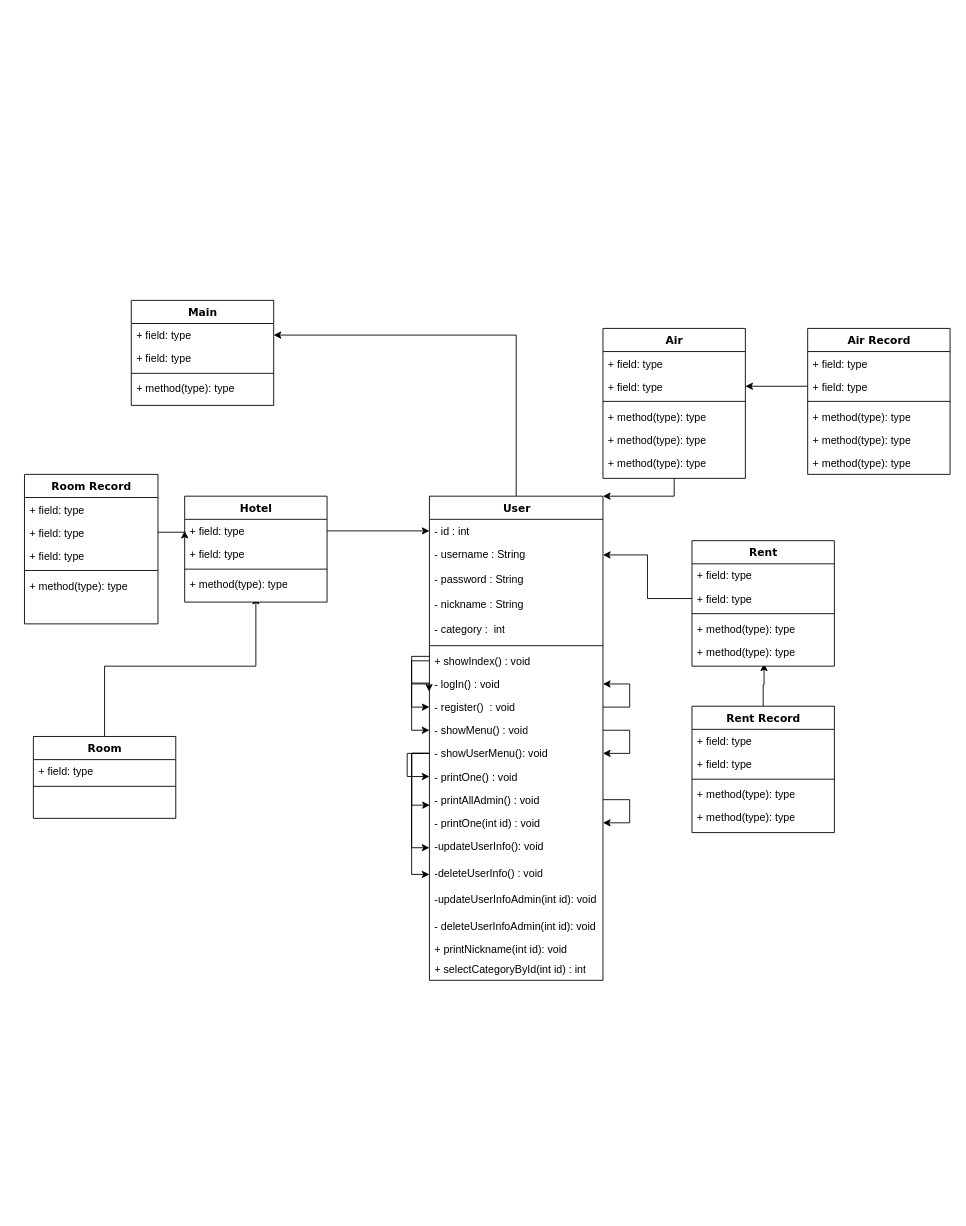
Before: 제목 없는 다이어그램.drawio in yunheeversal/Study, a draw.io diagram. Source tidied: cells renumbered, new cells numbered last; positions are measured from the earlier drawing's top-left corner, leaving out a move shared by most shapes. Both pictures are drawn from the tidied source at 89%, with x=0, y=0 at pixel (24, 300).
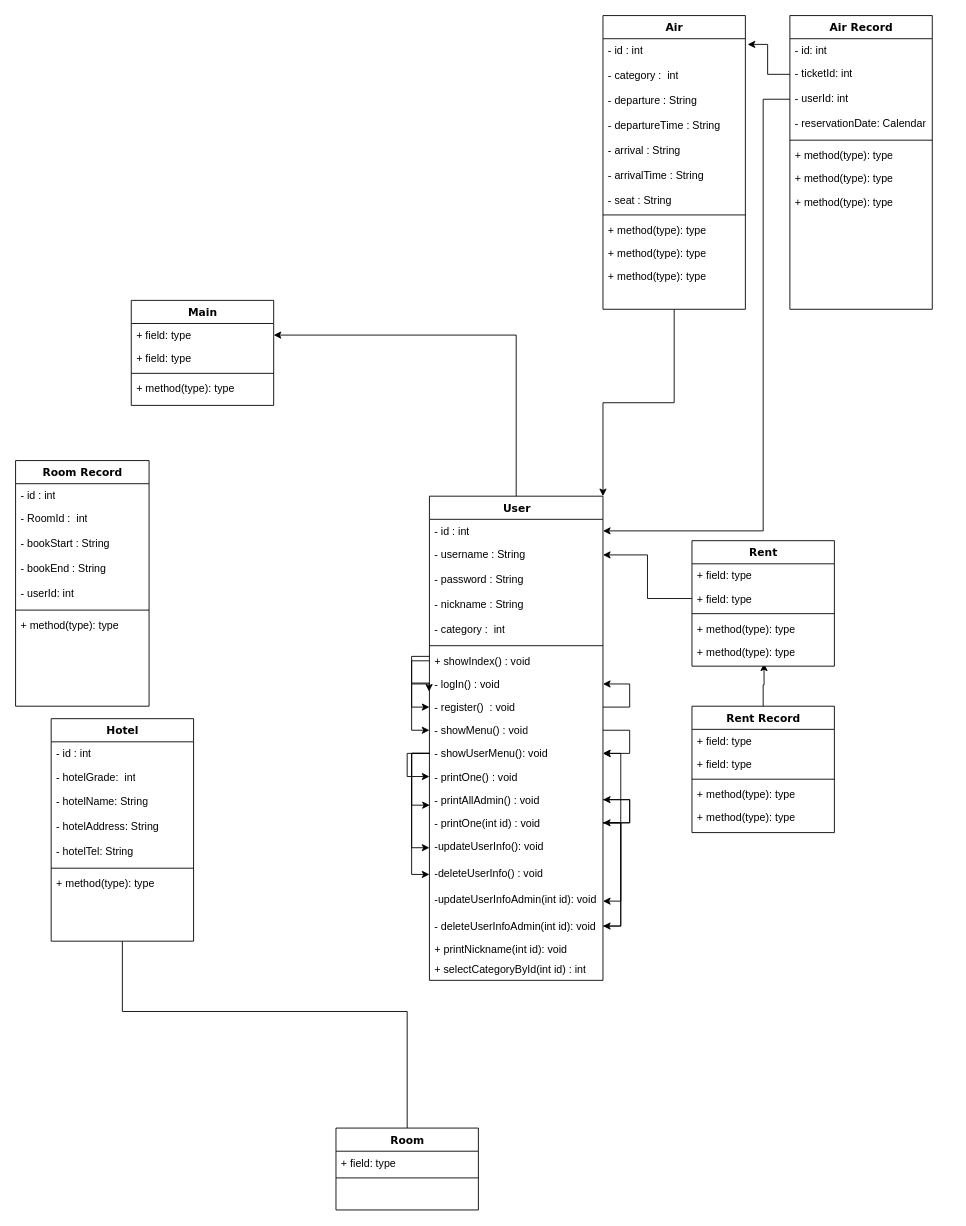
After the change.

Commit message (it also covers changes not shown here):
제목 없는 다이어그램.drawio 업데이트

Unchanged cells that the change refers to:
```xml
<mxCell id="9" value="User" style="swimlane;html=1;fontStyle=1;align=center;verticalAlign=top;horizontal=1;startSize=26;swimlaneFillColor=#ffffff;rounded=0;shadow=0;comic=0;labelBackgroundColor=none;strokeWidth=1;fillColor=none;fontFamily=Verdana;fontSize=12;" parent="1" vertex="1">
  <mxGeometry x="455" y="220" width="195" height="544" as="geometry" />
</mxCell>
<mxCell id="10" value="- id : int" style="text;html=1;strokeColor=none;fillColor=none;align=left;verticalAlign=top;spacingLeft=4;spacingRight=4;whiteSpace=wrap;overflow=hidden;points=[[0,0.5],[1,0.5]];portConstraint=eastwest;" parent="9" vertex="1">
  <mxGeometry y="26" width="195" height="26" as="geometry" />
</mxCell>
<mxCell id="29" value="-&amp;nbsp;showUserMenu(): void" style="text;html=1;strokeColor=none;fillColor=none;align=left;verticalAlign=top;spacingLeft=4;spacingRight=4;whiteSpace=wrap;overflow=hidden;points=[[0,0.5],[1,0.5]];portConstraint=eastwest;" parent="9" vertex="1">
  <mxGeometry y="276" width="195" height="26" as="geometry" />
</mxCell>
<mxCell id="32" value="-&amp;nbsp;printAllAdmin() : void" style="text;html=1;strokeColor=none;fillColor=none;align=left;verticalAlign=top;spacingLeft=4;spacingRight=4;whiteSpace=wrap;overflow=hidden;points=[[0,0.5],[1,0.5]];portConstraint=eastwest;" parent="9" vertex="1">
  <mxGeometry y="328" width="195" height="26" as="geometry" />
</mxCell>
<mxCell id="33" value="-&amp;nbsp;printOne(int id) : void" style="text;html=1;strokeColor=none;fillColor=none;align=left;verticalAlign=top;spacingLeft=4;spacingRight=4;whiteSpace=wrap;overflow=hidden;points=[[0,0.5],[1,0.5]];portConstraint=eastwest;" parent="9" vertex="1">
  <mxGeometry y="354" width="195" height="26" as="geometry" />
</mxCell>
<mxCell id="36" value="-updateUserInfoAdmin(int id): void" style="text;html=1;strokeColor=none;fillColor=none;align=left;verticalAlign=top;spacingLeft=4;spacingRight=4;whiteSpace=wrap;overflow=hidden;points=[[0,0.5],[1,0.5]];portConstraint=eastwest;" parent="9" vertex="1">
  <mxGeometry y="440" width="195" height="30" as="geometry" />
</mxCell>
<mxCell id="37" value="-&amp;nbsp;deleteUserInfoAdmin(int id): void" style="text;html=1;strokeColor=none;fillColor=none;align=left;verticalAlign=top;spacingLeft=4;spacingRight=4;whiteSpace=wrap;overflow=hidden;points=[[0,0.5],[1,0.5]];portConstraint=eastwest;" parent="9" vertex="1">
  <mxGeometry y="470" width="195" height="26" as="geometry" />
</mxCell>
```

What changed in the source:
```diff
@@
     <mxCell id="2" value="Room Record" style="swimlane;html=1;fontStyle=1;align=center;verticalAlign=top;horizontal=1;startSize=26;swimlaneFillColor=#ffffff;rounded=0;shadow=0;comic=0;labelBackgroundColor=none;strokeWidth=1;fillColor=none;fontFamily=Verdana;fontSize=12;" parent="1" vertex="1">
-      <mxGeometry y="195.5" width="150" height="168" as="geometry" />
+      <mxGeometry x="-10" y="180" width="150" height="276" as="geometry" />
     </mxCell>
-    <mxCell id="3" value="+ field: type" style="text;html=1;strokeColor=none;fillColor=none;align=left;verticalAlign=top;spacingLeft=4;spacingRight=4;whiteSpace=wrap;overflow=hidden;" parent="2" vertex="1">
-      <mxGeometry y="26" width="150" height="26" as="geometry" />
-    </mxCell>
-    <mxCell id="4" value="+ field: type" style="text;html=1;strokeColor=none;fillColor=none;align=left;verticalAlign=top;spacingLeft=4;spacingRight=4;whiteSpace=wrap;overflow=hidden;points=[[0,0.5],[1,0.5]];portConstraint=eastwest;" parent="2" vertex="1">
-      <mxGeometry y="52" width="150" height="26" as="geometry" />
-    </mxCell>
-    <mxCell id="5" value="+ field: type" style="text;html=1;strokeColor=none;fillColor=none;align=left;verticalAlign=top;spacingLeft=4;spacingRight=4;whiteSpace=wrap;overflow=hidden;" parent="2" vertex="1">
-      <mxGeometry y="78" width="150" height="26" as="geometry" />
-    </mxCell>
+    <mxCell id="86" value="- id : int" style="text;html=1;strokeColor=none;fillColor=none;align=left;verticalAlign=top;spacingLeft=4;spacingRight=4;whiteSpace=wrap;overflow=hidden;" parent="2" vertex="1">
+      <mxGeometry y="26" width="150" height="26" as="geometry" />
+    </mxCell>
+    <mxCell id="87" value="- RoomId :&amp;nbsp; int" style="text;html=1;strokeColor=none;fillColor=none;align=left;verticalAlign=top;spacingLeft=4;spacingRight=4;whiteSpace=wrap;overflow=hidden;" parent="2" vertex="1">
+      <mxGeometry y="52" width="150" height="28" as="geometry" />
+    </mxCell>
+    <mxCell id="88" value="- bookStart :&amp;nbsp;String" style="text;html=1;strokeColor=none;fillColor=none;align=left;verticalAlign=top;spacingLeft=4;spacingRight=4;whiteSpace=wrap;overflow=hidden;" parent="2" vertex="1">
+      <mxGeometry y="80" width="150" height="28" as="geometry" />
+    </mxCell>
+    <mxCell id="89" value="- bookEnd :&amp;nbsp;String" style="text;html=1;strokeColor=none;fillColor=none;align=left;verticalAlign=top;spacingLeft=4;spacingRight=4;whiteSpace=wrap;overflow=hidden;" parent="2" vertex="1">
+      <mxGeometry y="108" width="150" height="28" as="geometry" />
+    </mxCell>
+    <mxCell id="90" value="- userId: int&lt;span&gt;&lt;/span&gt;" style="text;html=1;strokeColor=none;fillColor=none;align=left;verticalAlign=top;spacingLeft=4;spacingRight=4;whiteSpace=wrap;overflow=hidden;" parent="2" vertex="1">
+      <mxGeometry y="136" width="150" height="28" as="geometry" />
+    </mxCell>
     <mxCell id="6" style="line;html=1;strokeWidth=1;fillColor=none;align=left;verticalAlign=middle;spacingTop=-1;spacingLeft=3;spacingRight=3;labelPosition=right;" parent="2" vertex="1">
-      <mxGeometry y="104" width="150" height="8" as="geometry" />
+      <mxGeometry y="164" width="150" height="8" as="geometry" />
     </mxCell>
     <mxCell id="7" value="+ method(type): type" style="text;html=1;strokeColor=none;fillColor=none;align=left;verticalAlign=top;spacingLeft=4;spacingRight=4;whiteSpace=wrap;overflow=hidden;" parent="2" vertex="1">
-      <mxGeometry y="112" width="150" height="26" as="geometry" />
+      <mxGeometry y="172" width="150" height="26" as="geometry" />
     </mxCell>
@@
+    <mxCell id="91" style="edgeStyle=orthogonalEdgeStyle;rounded=0;jettySize=auto;html=1;exitX=1;exitY=0.5;exitDx=0;exitDy=0;entryX=1;entryY=0.5;entryDx=0;entryDy=0;" parent="9" edge="1" source="33" target="36">
+      <mxGeometry relative="1" as="geometry" />
+    </mxCell>
+    <mxCell id="92" style="edgeStyle=orthogonalEdgeStyle;rounded=0;jettySize=auto;html=1;exitX=1;exitY=0.5;exitDx=0;exitDy=0;entryX=1;entryY=0.5;entryDx=0;entryDy=0;" parent="9" edge="1" source="33" target="37">
+      <mxGeometry relative="1" as="geometry" />
+    </mxCell>
+    <mxCell id="93" style="edgeStyle=orthogonalEdgeStyle;rounded=0;jettySize=auto;html=1;exitX=1;exitY=0.5;exitDx=0;exitDy=0;entryX=1;entryY=0.5;entryDx=0;entryDy=0;" parent="9" edge="1" source="33" target="32">
+      <mxGeometry relative="1" as="geometry">
+        <Array as="points">
+          <mxPoint x="225" y="367" />
+          <mxPoint x="225" y="341" />
+        </Array>
+      </mxGeometry>
+    </mxCell>
@@
+    <mxCell id="94" style="edgeStyle=orthogonalEdgeStyle;rounded=0;jettySize=auto;html=1;exitX=1;exitY=0.5;exitDx=0;exitDy=0;entryX=1;entryY=0.5;entryDx=0;entryDy=0;" parent="9" edge="1" source="37" target="29">
+      <mxGeometry relative="1" as="geometry" />
+    </mxCell>
@@
     <mxCell id="39" value="Air Record" style="swimlane;html=1;fontStyle=1;align=center;verticalAlign=top;horizontal=1;startSize=26;swimlaneFillColor=#ffffff;rounded=0;shadow=0;comic=0;labelBackgroundColor=none;strokeWidth=1;fillColor=none;fontFamily=Verdana;fontSize=12;" parent="1" vertex="1">
-      <mxGeometry x="880" y="31.5" width="160" height="164" as="geometry" />
+      <mxGeometry x="860" y="-320" width="160" height="330" as="geometry" />
     </mxCell>
-    <mxCell id="40" value="+ field: type" style="text;html=1;strokeColor=none;fillColor=none;align=left;verticalAlign=top;spacingLeft=4;spacingRight=4;whiteSpace=wrap;overflow=hidden;" parent="39" vertex="1">
-      <mxGeometry y="26" width="160" height="26" as="geometry" />
-    </mxCell>
-    <mxCell id="41" value="+ field: type" style="text;html=1;strokeColor=none;fillColor=none;align=left;verticalAlign=top;spacingLeft=4;spacingRight=4;whiteSpace=wrap;overflow=hidden;points=[[0,0.5],[1,0.5]];portConstraint=eastwest;" parent="39" vertex="1">
-      <mxGeometry y="52" width="160" height="26" as="geometry" />
-    </mxCell>
+    <mxCell id="95" value="-&amp;nbsp;id: int" style="text;html=1;strokeColor=none;fillColor=none;align=left;verticalAlign=top;spacingLeft=4;spacingRight=4;whiteSpace=wrap;overflow=hidden;" parent="39" vertex="1">
+      <mxGeometry y="26" width="160" height="26" as="geometry" />
+    </mxCell>
+    <mxCell id="96" value="- ticketId:&amp;nbsp;int" style="text;html=1;strokeColor=none;fillColor=none;align=left;verticalAlign=top;spacingLeft=4;spacingRight=4;whiteSpace=wrap;overflow=hidden;points=[[0,0.5],[1,0.5]];portConstraint=eastwest;" parent="39" vertex="1">
+      <mxGeometry y="52" width="160" height="28" as="geometry" />
+    </mxCell>
+    <mxCell id="97" value="- userId:&amp;nbsp;int" style="text;html=1;strokeColor=none;fillColor=none;align=left;verticalAlign=top;spacingLeft=4;spacingRight=4;whiteSpace=wrap;overflow=hidden;points=[[0,0.5],[1,0.5]];portConstraint=eastwest;" parent="39" vertex="1">
+      <mxGeometry y="80" width="160" height="28" as="geometry" />
+    </mxCell>
+    <mxCell id="98" value="- reservationDate:&amp;nbsp;Calendar" style="text;html=1;strokeColor=none;fillColor=none;align=left;verticalAlign=top;spacingLeft=4;spacingRight=4;whiteSpace=wrap;overflow=hidden;" parent="39" vertex="1">
+      <mxGeometry y="108" width="160" height="28" as="geometry" />
+    </mxCell>
     <mxCell id="42" style="line;html=1;strokeWidth=1;fillColor=none;align=left;verticalAlign=middle;spacingTop=-1;spacingLeft=3;spacingRight=3;labelPosition=right;" parent="39" vertex="1">
-      <mxGeometry y="78" width="160" height="8" as="geometry" />
+      <mxGeometry y="136" width="160" height="8" as="geometry" />
     </mxCell>
     <mxCell id="43" value="+ method(type): type" style="text;html=1;strokeColor=none;fillColor=none;align=left;verticalAlign=top;spacingLeft=4;spacingRight=4;whiteSpace=wrap;overflow=hidden;" parent="39" vertex="1">
-      <mxGeometry y="86" width="160" height="26" as="geometry" />
+      <mxGeometry y="144" width="160" height="26" as="geometry" />
     </mxCell>
     <mxCell id="44" value="+ method(type): type" style="text;html=1;strokeColor=none;fillColor=none;align=left;verticalAlign=top;spacingLeft=4;spacingRight=4;whiteSpace=wrap;overflow=hidden;" parent="39" vertex="1">
-      <mxGeometry y="112" width="160" height="26" as="geometry" />
+      <mxGeometry y="170" width="160" height="26" as="geometry" />
     </mxCell>
     <mxCell id="45" value="+ method(type): type" style="text;html=1;strokeColor=none;fillColor=none;align=left;verticalAlign=top;spacingLeft=4;spacingRight=4;whiteSpace=wrap;overflow=hidden;" parent="39" vertex="1">
-      <mxGeometry y="138" width="160" height="26" as="geometry" />
+      <mxGeometry y="196" width="160" height="26" as="geometry" />
     </mxCell>
@@
     <mxCell id="47" value="Room" style="swimlane;html=1;fontStyle=1;align=center;verticalAlign=top;horizontal=1;startSize=26;swimlaneFillColor=#ffffff;rounded=0;shadow=0;comic=0;labelBackgroundColor=none;strokeWidth=1;fillColor=none;fontFamily=Verdana;fontSize=12;" parent="1" vertex="1">
-      <mxGeometry x="10" y="490" width="160" height="92" as="geometry" />
+      <mxGeometry x="350" y="930" width="160" height="92" as="geometry" />
     </mxCell>
@@
     <mxCell id="63" value="Hotel" style="swimlane;html=1;fontStyle=1;align=center;verticalAlign=top;horizontal=1;startSize=26;swimlaneFillColor=#ffffff;rounded=0;shadow=0;comic=0;labelBackgroundColor=none;strokeWidth=1;fillColor=none;fontFamily=Verdana;fontSize=12;" parent="1" vertex="1">
-      <mxGeometry x="180" y="220" width="160" height="119" as="geometry" />
+      <mxGeometry x="30" y="470" width="160" height="250" as="geometry" />
     </mxCell>
-    <mxCell id="64" value="+ field: type" style="text;html=1;strokeColor=none;fillColor=none;align=left;verticalAlign=top;spacingLeft=4;spacingRight=4;whiteSpace=wrap;overflow=hidden;points=[[0,0.5],[1,0.5]];portConstraint=eastwest;" parent="63" vertex="1">
-      <mxGeometry y="26" width="160" height="26" as="geometry" />
-    </mxCell>
-    <mxCell id="65" value="+ field: type" style="text;html=1;strokeColor=none;fillColor=none;align=left;verticalAlign=top;spacingLeft=4;spacingRight=4;whiteSpace=wrap;overflow=hidden;" parent="63" vertex="1">
-      <mxGeometry y="52" width="160" height="26" as="geometry" />
-    </mxCell>
+    <mxCell id="99" value="- id : int" style="text;html=1;strokeColor=none;fillColor=none;align=left;verticalAlign=top;spacingLeft=4;spacingRight=4;whiteSpace=wrap;overflow=hidden;" parent="63" vertex="1">
+      <mxGeometry y="26" width="160" height="26" as="geometry" />
+    </mxCell>
+    <mxCell id="100" value="- hotelGrade:&amp;nbsp; int" style="text;html=1;strokeColor=none;fillColor=none;align=left;verticalAlign=top;spacingLeft=4;spacingRight=4;whiteSpace=wrap;overflow=hidden;" parent="63" vertex="1">
+      <mxGeometry y="52" width="160" height="28" as="geometry" />
+    </mxCell>
+    <mxCell id="101" value="- hotelName:&amp;nbsp;String&lt;span&gt; &lt;/span&gt;&lt;span&gt; &lt;/span&gt;" style="text;html=1;strokeColor=none;fillColor=none;align=left;verticalAlign=top;spacingLeft=4;spacingRight=4;whiteSpace=wrap;overflow=hidden;" parent="63" vertex="1">
+      <mxGeometry y="80" width="160" height="28" as="geometry" />
+    </mxCell>
+    <mxCell id="102" value="- hotelAddress:&amp;nbsp;String" style="text;html=1;strokeColor=none;fillColor=none;align=left;verticalAlign=top;spacingLeft=4;spacingRight=4;whiteSpace=wrap;overflow=hidden;" parent="63" vertex="1">
+      <mxGeometry y="108" width="160" height="28" as="geometry" />
+    </mxCell>
+    <mxCell id="103" value="- hotelTel:&amp;nbsp;String&lt;br&gt;" style="text;html=1;strokeColor=none;fillColor=none;align=left;verticalAlign=top;spacingLeft=4;spacingRight=4;whiteSpace=wrap;overflow=hidden;" parent="63" vertex="1">
+      <mxGeometry y="136" width="160" height="28" as="geometry" />
+    </mxCell>
     <mxCell id="66" style="line;html=1;strokeWidth=1;fillColor=none;align=left;verticalAlign=middle;spacingTop=-1;spacingLeft=3;spacingRight=3;labelPosition=right;" parent="63" vertex="1">
-      <mxGeometry y="78" width="160" height="8" as="geometry" />
+      <mxGeometry y="164" width="160" height="8" as="geometry" />
     </mxCell>
     <mxCell id="67" value="+ method(type): type" style="text;html=1;strokeColor=none;fillColor=none;align=left;verticalAlign=top;spacingLeft=4;spacingRight=4;whiteSpace=wrap;overflow=hidden;points=[[0,0.5],[1,0.5]];portConstraint=eastwest;" parent="63" vertex="1">
-      <mxGeometry y="86" width="160" height="26" as="geometry" />
+      <mxGeometry y="172" width="160" height="26" as="geometry" />
     </mxCell>
@@
     <mxCell id="69" value="Air" style="swimlane;html=1;fontStyle=1;align=center;verticalAlign=top;horizontal=1;startSize=26;swimlaneFillColor=#ffffff;rounded=0;shadow=0;comic=0;labelBackgroundColor=none;strokeWidth=1;fillColor=none;fontFamily=Verdana;fontSize=12;" parent="1" vertex="1">
-      <mxGeometry x="650" y="31.5" width="160" height="168.5" as="geometry" />
+      <mxGeometry x="650" y="-320" width="160" height="330" as="geometry" />
     </mxCell>
+    <mxCell id="104" value="- id : int" style="text;html=1;strokeColor=none;fillColor=none;align=left;verticalAlign=top;spacingLeft=4;spacingRight=4;whiteSpace=wrap;overflow=hidden;points=[[0,0.5],[1,0.5]];portConstraint=eastwest;" parent="69" vertex="1">
+      <mxGeometry y="26" width="160" height="28" as="geometry" />
+    </mxCell>
+    <mxCell id="105" value="- category :&amp;nbsp; int" style="text;html=1;strokeColor=none;fillColor=none;align=left;verticalAlign=top;spacingLeft=4;spacingRight=4;whiteSpace=wrap;overflow=hidden;" parent="69" vertex="1">
+      <mxGeometry y="54" width="160" height="28" as="geometry" />
+    </mxCell>
+    <mxCell id="106" value="- departure :&amp;nbsp;String&lt;span&gt; &lt;/span&gt;&lt;span&gt; &lt;/span&gt;" style="text;html=1;strokeColor=none;fillColor=none;align=left;verticalAlign=top;spacingLeft=4;spacingRight=4;whiteSpace=wrap;overflow=hidden;" parent="69" vertex="1">
+      <mxGeometry y="82" width="160" height="28" as="geometry" />
+    </mxCell>
+    <mxCell id="107" value="- departureTime :&amp;nbsp;String" style="text;html=1;strokeColor=none;fillColor=none;align=left;verticalAlign=top;spacingLeft=4;spacingRight=4;whiteSpace=wrap;overflow=hidden;" parent="69" vertex="1">
+      <mxGeometry y="110" width="160" height="28" as="geometry" />
+    </mxCell>
+    <mxCell id="108" value="- arrival :&amp;nbsp;String&lt;br&gt;" style="text;html=1;strokeColor=none;fillColor=none;align=left;verticalAlign=top;spacingLeft=4;spacingRight=4;whiteSpace=wrap;overflow=hidden;" parent="69" vertex="1">
+      <mxGeometry y="138" width="160" height="28" as="geometry" />
+    </mxCell>
+    <mxCell id="109" value="- arrivalTime :&amp;nbsp;String" style="text;html=1;strokeColor=none;fillColor=none;align=left;verticalAlign=top;spacingLeft=4;spacingRight=4;whiteSpace=wrap;overflow=hidden;" parent="69" vertex="1">
+      <mxGeometry y="166" width="160" height="28" as="geometry" />
+    </mxCell>
-    <mxCell id="70" value="+ field: type" style="text;html=1;strokeColor=none;fillColor=none;align=left;verticalAlign=top;spacingLeft=4;spacingRight=4;whiteSpace=wrap;overflow=hidden;" parent="69" vertex="1">
-      <mxGeometry y="26" width="160" height="26" as="geometry" />
+    <mxCell id="70" value="-&amp;nbsp;seat : String" style="text;html=1;strokeColor=none;fillColor=none;align=left;verticalAlign=top;spacingLeft=4;spacingRight=4;whiteSpace=wrap;overflow=hidden;" parent="69" vertex="1">
+      <mxGeometry y="194" width="160" height="26" as="geometry" />
     </mxCell>
-    <mxCell id="71" value="+ field: type" style="text;html=1;strokeColor=none;fillColor=none;align=left;verticalAlign=top;spacingLeft=4;spacingRight=4;whiteSpace=wrap;overflow=hidden;points=[[0,0.5],[1,0.5]];portConstraint=eastwest;" parent="69" vertex="1">
-      <mxGeometry y="52" width="160" height="26" as="geometry" />
-    </mxCell>
     <mxCell id="72" style="line;html=1;strokeWidth=1;fillColor=none;align=left;verticalAlign=middle;spacingTop=-1;spacingLeft=3;spacingRight=3;labelPosition=right;" parent="69" vertex="1">
-      <mxGeometry y="78" width="160" height="8" as="geometry" />
+      <mxGeometry y="220" width="160" height="8" as="geometry" />
     </mxCell>
     <mxCell id="73" value="+ method(type): type" style="text;html=1;strokeColor=none;fillColor=none;align=left;verticalAlign=top;spacingLeft=4;spacingRight=4;whiteSpace=wrap;overflow=hidden;" parent="69" vertex="1">
-      <mxGeometry y="86" width="160" height="26" as="geometry" />
+      <mxGeometry y="228" width="160" height="26" as="geometry" />
     </mxCell>
     <mxCell id="74" value="+ method(type): type" style="text;html=1;strokeColor=none;fillColor=none;align=left;verticalAlign=top;spacingLeft=4;spacingRight=4;whiteSpace=wrap;overflow=hidden;" parent="69" vertex="1">
-      <mxGeometry y="112" width="160" height="26" as="geometry" />
+      <mxGeometry y="254" width="160" height="26" as="geometry" />
     </mxCell>
     <mxCell id="75" value="+ method(type): type" style="text;html=1;strokeColor=none;fillColor=none;align=left;verticalAlign=top;spacingLeft=4;spacingRight=4;whiteSpace=wrap;overflow=hidden;" parent="69" vertex="1">
-      <mxGeometry y="138" width="160" height="26" as="geometry" />
+      <mxGeometry y="280" width="160" height="26" as="geometry" />
     </mxCell>
@@
-    <mxCell id="81" style="edgeStyle=orthogonalEdgeStyle;rounded=0;jettySize=auto;html=1;exitX=1;exitY=0.5;exitDx=0;exitDy=0;" parent="1" edge="1" source="64" target="10">
+    <mxCell id="81" style="edgeStyle=orthogonalEdgeStyle;rounded=0;jettySize=auto;html=1;exitX=1;exitY=0.5;exitDx=0;exitDy=0;" parent="1" edge="1" target="10">
       <mxGeometry relative="1" as="geometry" />
     </mxCell>
-    <mxCell id="82" style="edgeStyle=orthogonalEdgeStyle;rounded=0;jettySize=auto;html=1;exitX=1;exitY=0.5;exitDx=0;exitDy=0;entryX=0;entryY=0.5;entryDx=0;entryDy=0;" parent="1" edge="1" source="4" target="64">
+    <mxCell id="82" style="edgeStyle=orthogonalEdgeStyle;rounded=0;orthogonalLoop=1;jettySize=auto;html=1;exitX=1;exitY=0.5;exitDx=0;exitDy=0;entryX=0;entryY=0.5;entryDx=0;entryDy=0;" parent="1" edge="1">
       <mxGeometry relative="1" as="geometry" />
     </mxCell>
@@
-    <mxCell id="84" style="edgeStyle=orthogonalEdgeStyle;rounded=0;jettySize=auto;html=1;exitX=0;exitY=0.5;exitDx=0;exitDy=0;entryX=1;entryY=0.5;entryDx=0;entryDy=0;" parent="1" edge="1" source="41" target="71">
+    <mxCell id="84" style="edgeStyle=orthogonalEdgeStyle;rounded=0;jettySize=auto;html=1;exitX=0;exitY=0.5;exitDx=0;exitDy=0;entryX=1;entryY=0;entryDx=0;entryDy=0;" parent="1" edge="1" target="69">
       <mxGeometry relative="1" as="geometry" />
     </mxCell>
@@
+    <mxCell id="110" style="edgeStyle=orthogonalEdgeStyle;rounded=0;jettySize=auto;html=1;exitX=0;exitY=0.5;exitDx=0;exitDy=0;entryX=1.016;entryY=0.227;entryDx=0;entryDy=0;entryPerimeter=0;" parent="1" edge="1" source="96" target="104">
+      <mxGeometry relative="1" as="geometry" />
+    </mxCell>
+    <mxCell id="111" style="edgeStyle=orthogonalEdgeStyle;rounded=0;jettySize=auto;html=1;exitX=0;exitY=0.5;exitDx=0;exitDy=0;entryX=1;entryY=0.5;entryDx=0;entryDy=0;" parent="1" edge="1" source="97" target="10">
+      <mxGeometry relative="1" as="geometry">
+        <Array as="points">
+          <mxPoint x="830" y="-226" />
+          <mxPoint x="830" y="259" />
+        </Array>
+      </mxGeometry>
+    </mxCell>
```
